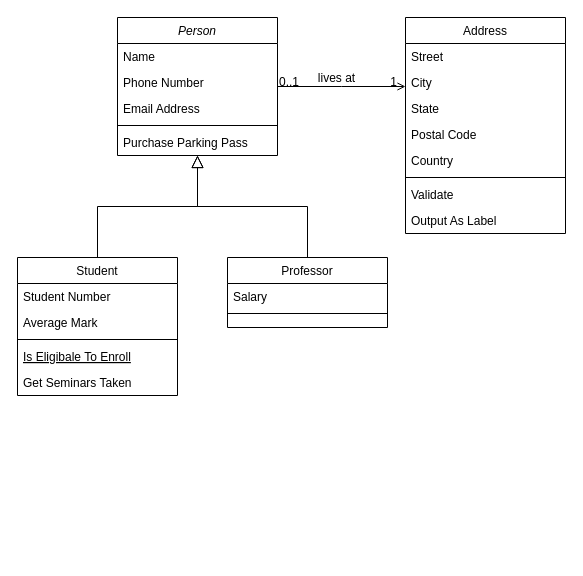
Before: Adv-Search/Untitled Diagram.drawio in flare891/rmslow, a draw.io diagram. Source tidied: cells renumbered, new cells numbered last; positions are measured from the earlier drawing's top-left corner, leaving out a move shared by most shapes. Both pictures are drawn from the tidied source at 100%, with x=0, y=0 at pixel (17, 17).
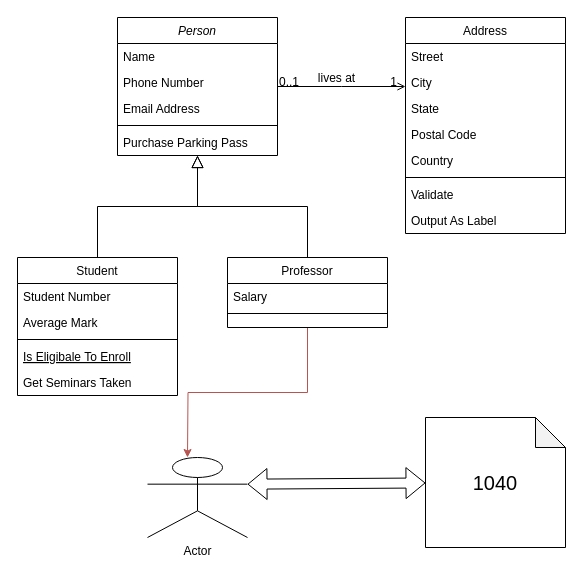
The same diagram, later.

The change refers to these unchanged cells:
```xml
<mxCell id="15" value="Professor" style="swimlane;fontStyle=0;align=center;verticalAlign=top;horizontal=1;startSize=26;rounded=0;shadow=0;strokeWidth=1;" parent="1" vertex="1">
  <mxGeometry x="210" y="240" width="160" height="70" as="geometry" />
</mxCell>
```

What changed in the source:
```diff
@@
+    <mxCell id="32" style="edgeStyle=orthogonalEdgeStyle;rounded=0;jettySize=auto;html=1;exitX=0.5;exitY=1;exitDx=0;exitDy=0;fillColor=#f8cecc;strokeColor=#b85450;" parent="1" edge="1" source="15">
+      <mxGeometry relative="1" as="geometry">
+        <mxPoint x="170" y="440" as="targetPoint" />
+      </mxGeometry>
+    </mxCell>
@@
+    <mxCell id="33" value="Actor" style="shape=umlActor;verticalLabelPosition=bottom;verticalAlign=top;html=1;outlineConnect=0;" parent="1" vertex="1">
+      <mxGeometry x="130" y="440" width="100" height="80" as="geometry" />
+    </mxCell>
+    <mxCell id="34" style="shape=flexArrow;endArrow=classic;startArrow=classic;html=1;exitX=1;exitY=0.3333333333333333;exitDx=0;exitDy=0;exitPerimeter=0;" parent="1" edge="1" source="33" target="35">
+      <mxGeometry relative="1" as="geometry" />
+    </mxCell>
+    <mxCell id="35" value="&lt;font style=&quot;font-size: 20px&quot;&gt;1040&lt;/font&gt;" style="shape=note;whiteSpace=wrap;html=1;backgroundOutline=1;darkOpacity=0.05;" parent="1" vertex="1">
+      <mxGeometry x="408" y="400" width="140" height="130" as="geometry" />
+    </mxCell>
```
